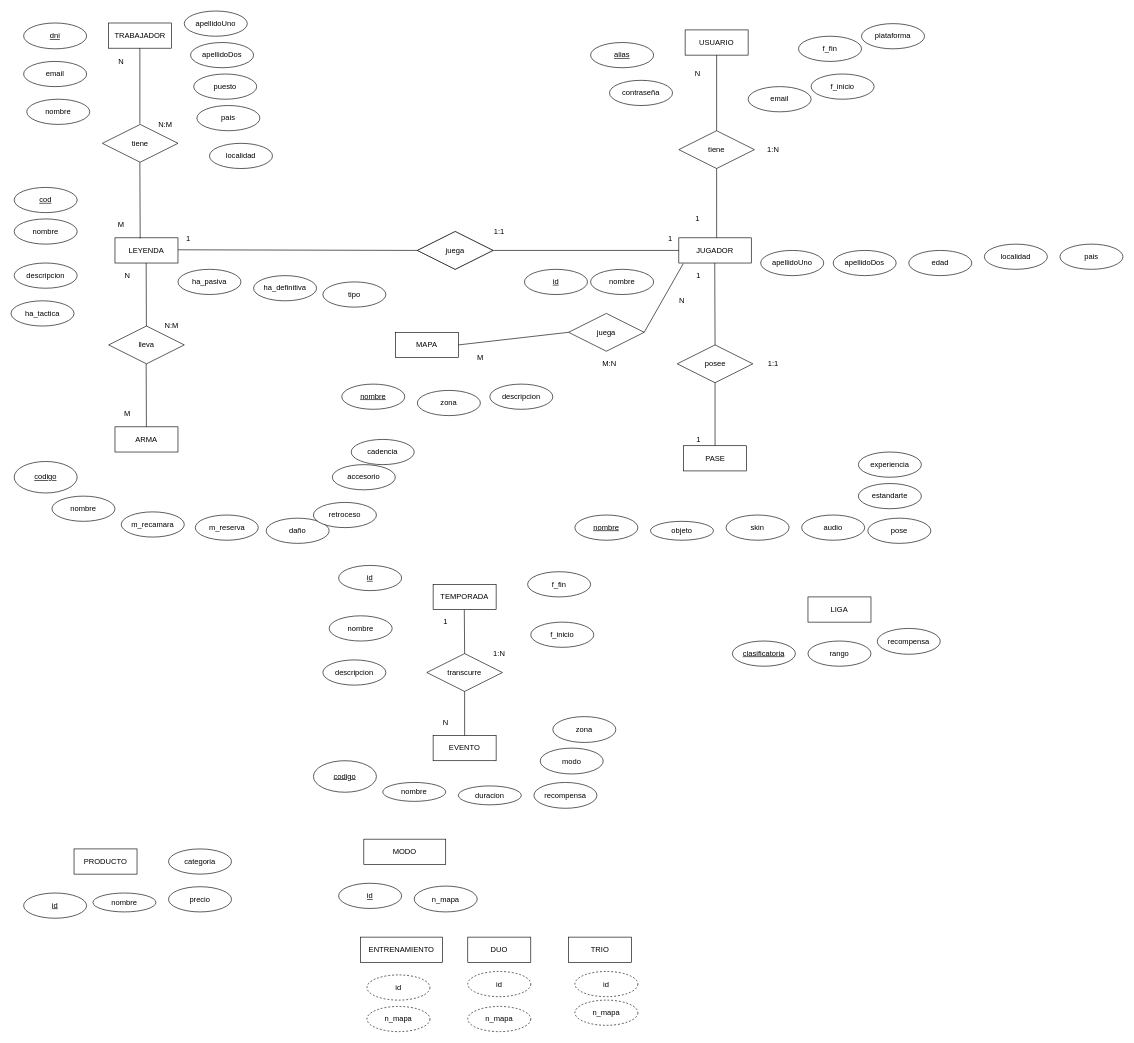
Before: modelo_entidad_relacion/modelo_entidad_relacion.drawio in raulgp97/base_de_datos_apex_leyends, a draw.io diagram. Source tidied: cells renumbered, new cells numbered last; positions are measured from the earlier drawing's top-left corner, leaving out a move shared by most shapes. Both pictures are drawn from the tidied source at 63%, with x=0, y=0 at pixel (11, 11).
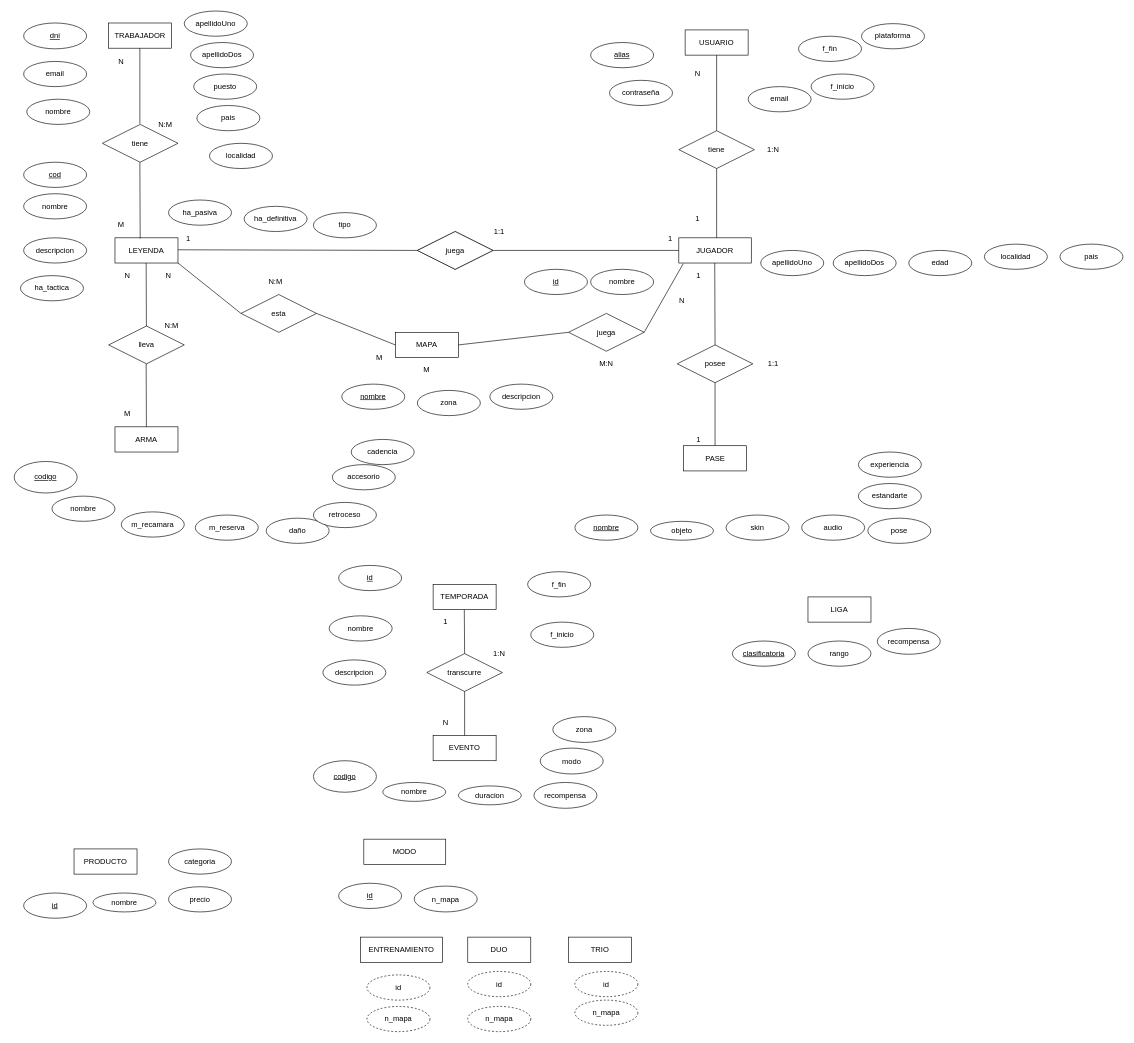
Above is the later version.

Commit message:
Relacion Leyenda y Mapa modelo_entidad_relacion.drawio  He estableciddo la relacion de muchos a muchos entre las entidades Leyenda y Mapa

The change refers to these unchanged cells:
```xml
<mxCell id="4" value="LEYENDA" style="whiteSpace=wrap;html=1;align=center;" parent="1" vertex="1">
  <mxGeometry x="165" y="360" width="100" height="40" as="geometry" />
</mxCell>
<mxCell id="5" value="MAPA" style="whiteSpace=wrap;html=1;align=center;" parent="1" vertex="1">
  <mxGeometry x="610" y="510" width="100" height="40" as="geometry" />
</mxCell>
```

Diff of the diagram source:
```diff
@@
     <mxCell id="37" value="nombre" style="ellipse;whiteSpace=wrap;html=1;align=center;" parent="1" vertex="1">
-      <mxGeometry x="5" y="330" width="100" height="40" as="geometry" />
+      <mxGeometry x="20" y="290" width="100" height="40" as="geometry" />
     </mxCell>
     <mxCell id="38" value="descripcion" style="ellipse;whiteSpace=wrap;html=1;align=center;" parent="1" vertex="1">
-      <mxGeometry x="5" y="400" width="100" height="40" as="geometry" />
+      <mxGeometry x="20" y="360" width="100" height="40" as="geometry" />
     </mxCell>
     <mxCell id="39" value="cod" style="ellipse;whiteSpace=wrap;html=1;align=center;fontStyle=4;" parent="1" vertex="1">
-      <mxGeometry x="5" y="280" width="100" height="40" as="geometry" />
+      <mxGeometry x="20" y="240" width="100" height="40" as="geometry" />
     </mxCell>
     <mxCell id="40" value="ha_tactica" style="ellipse;whiteSpace=wrap;html=1;align=center;" parent="1" vertex="1">
-      <mxGeometry y="460" width="100" height="40" as="geometry" />
+      <mxGeometry x="15" y="420" width="100" height="40" as="geometry" />
     </mxCell>
     <mxCell id="41" value="ha_pasiva" style="ellipse;whiteSpace=wrap;html=1;align=center;" parent="1" vertex="1">
-      <mxGeometry x="265" y="410" width="100" height="40" as="geometry" />
+      <mxGeometry x="250" y="300" width="100" height="40" as="geometry" />
     </mxCell>
     <mxCell id="42" value="ha_definitiva" style="ellipse;whiteSpace=wrap;html=1;align=center;" parent="1" vertex="1">
-      <mxGeometry x="385" y="420" width="100" height="40" as="geometry" />
+      <mxGeometry x="370" y="310" width="100" height="40" as="geometry" />
     </mxCell>
     <mxCell id="43" value="tipo" style="ellipse;whiteSpace=wrap;html=1;align=center;" parent="1" vertex="1">
-      <mxGeometry x="495" y="430" width="100" height="40" as="geometry" />
+      <mxGeometry x="480" y="320" width="100" height="40" as="geometry" />
     </mxCell>
@@
     <mxCell id="130" value="M" style="text;html=1;strokeColor=none;fillColor=none;align=center;verticalAlign=middle;whiteSpace=wrap;rounded=0;" parent="1" vertex="1">
-      <mxGeometry x="725" y="540" width="40" height="20" as="geometry" />
+      <mxGeometry x="640" y="560" width="40" height="20" as="geometry" />
     </mxCell>
+    <mxCell id="132" value="esta" style="shape=rhombus;perimeter=rhombusPerimeter;whiteSpace=wrap;html=1;align=center;" parent="1" vertex="1">
+      <mxGeometry x="365" y="450" width="120" height="60" as="geometry" />
+    </mxCell>
+    <mxCell id="133" style="endArrow=none;html=1;rounded=0;exitX=1;exitY=1;exitDx=0;exitDy=0;entryX=0;entryY=0.5;entryDx=0;entryDy=0;" parent="1" edge="1" source="4" target="132">
+      <mxGeometry relative="1" as="geometry" />
+    </mxCell>
+    <mxCell id="134" style="endArrow=none;html=1;rounded=0;entryX=0;entryY=0.5;entryDx=0;entryDy=0;" parent="1" edge="1" target="5">
+      <mxGeometry relative="1" as="geometry">
+        <mxPoint x="485" y="480" as="sourcePoint" />
+      </mxGeometry>
+    </mxCell>
     <mxCell id="131" value="M:N" style="text;html=1;strokeColor=none;fillColor=none;align=center;verticalAlign=middle;whiteSpace=wrap;rounded=0;" parent="1" vertex="1">
-      <mxGeometry x="930" y="550" width="40" height="20" as="geometry" />
+      <mxGeometry x="925" y="550" width="40" height="20" as="geometry" />
     </mxCell>
+    <mxCell id="135" value="M" style="text;html=1;strokeColor=none;fillColor=none;align=center;verticalAlign=middle;whiteSpace=wrap;rounded=0;" parent="1" vertex="1">
+      <mxGeometry x="565" y="540" width="40" height="20" as="geometry" />
+    </mxCell>
+    <mxCell id="136" value="N" style="text;html=1;strokeColor=none;fillColor=none;align=center;verticalAlign=middle;whiteSpace=wrap;rounded=0;" parent="1" vertex="1">
+      <mxGeometry x="230" y="410" width="40" height="20" as="geometry" />
+    </mxCell>
+    <mxCell id="137" value="N:M" style="text;html=1;strokeColor=none;fillColor=none;align=center;verticalAlign=middle;whiteSpace=wrap;rounded=0;" parent="1" vertex="1">
+      <mxGeometry x="400" y="420" width="40" height="20" as="geometry" />
+    </mxCell>
```
